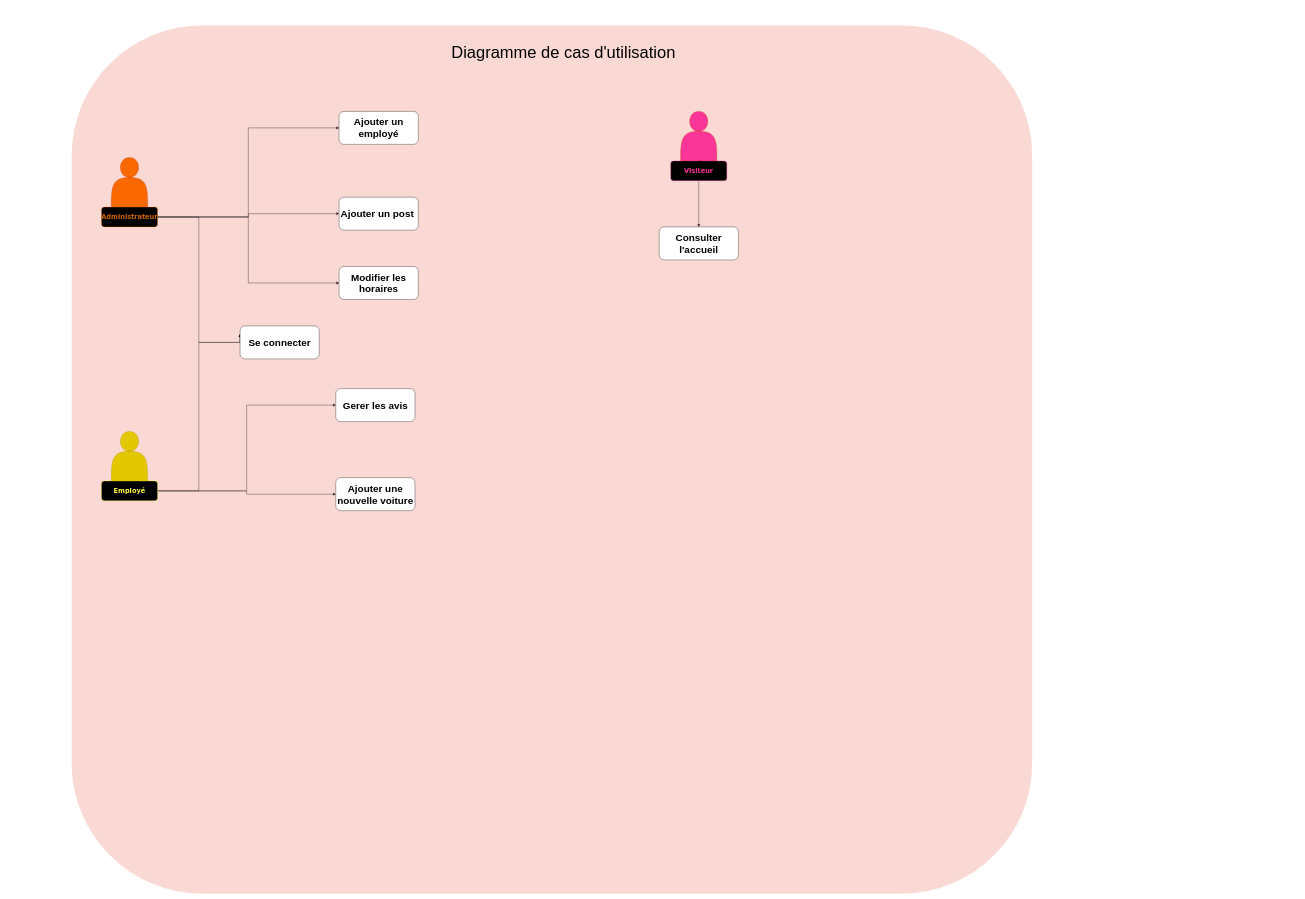
Earlier version of the draw.io diagram Diagramme de cas d'utilisation.drawio (OceaneEdde/garageVparrot). Source tidied: cells renumbered, new cells numbered last; positions are measured from the earlier drawing's top-left corner, leaving out a move shared by most shapes. Both pictures are drawn from the tidied source at 33%, with x=0, y=0 at pixel (72, 25).
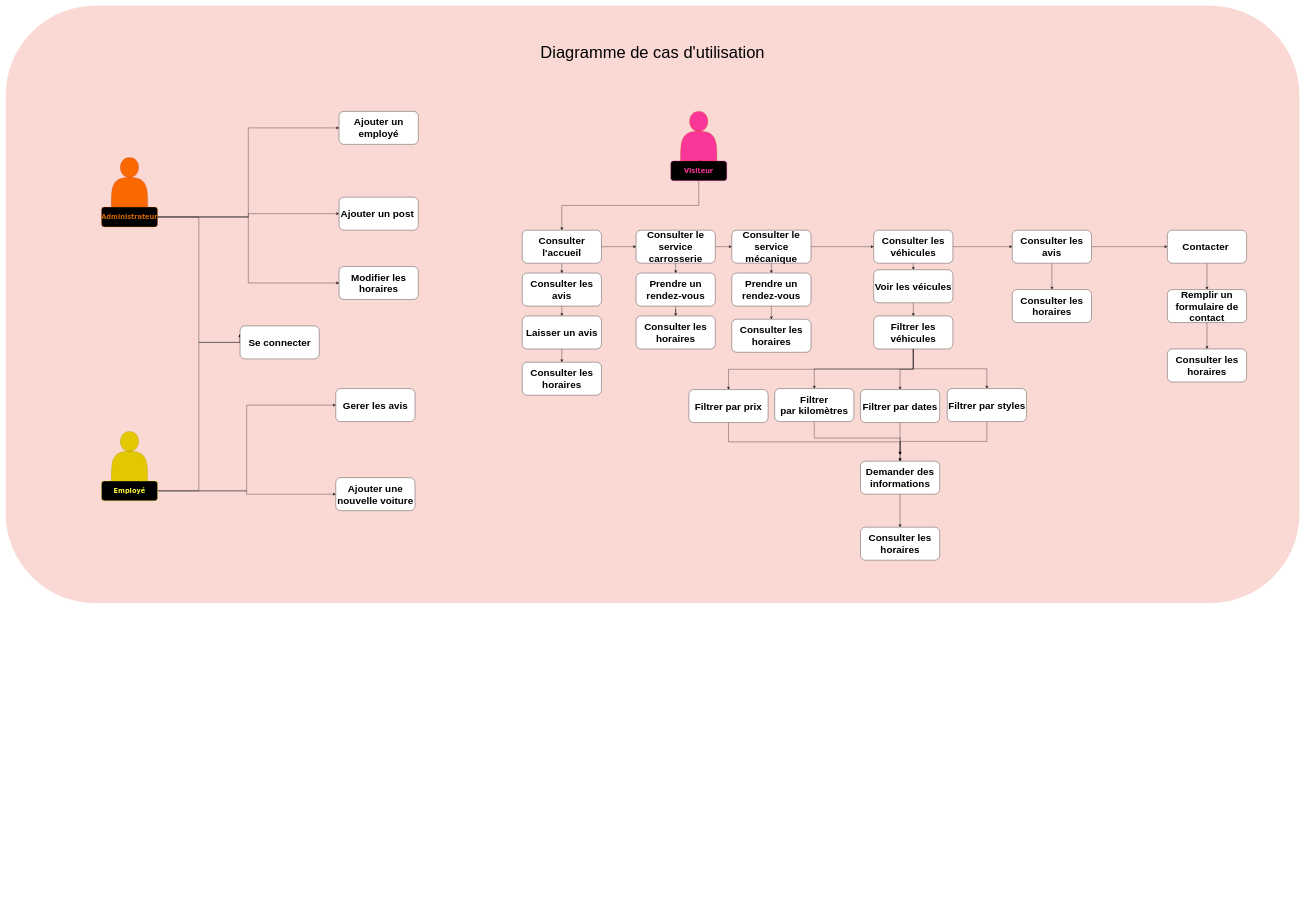
Above is the later version.

Commit message:
Mise à jour Diagramme de cas d'utilisation.drawio

Unchanged cells that the change refers to:
```xml
<mxCell id="23" value="&lt;font color=&quot;#fa3799&quot; face=&quot;Verdana&quot; style=&quot;font-size: 20px;&quot;&gt;&lt;b style=&quot;&quot;&gt;Visiteur&lt;/b&gt;&lt;/font&gt;" style="rounded=1;whiteSpace=wrap;html=1;fillColor=#000000;fontColor=#000000;strokeColor=#FA3799;" parent="1" vertex="1">
  <mxGeometry x="1815" y="410" width="170" height="60" as="geometry" />
</mxCell>
```

The edit, as a diff of the source:
```diff
@@
     <mxCell id="2" style="rounded=1;whiteSpace=wrap;html=1;fillColor=#fad9d5;strokeColor=#ae4132;strokeWidth=0;" parent="1" vertex="1">
-      <mxGeometry width="2910" height="2630" as="geometry" />
+      <mxGeometry x="-200" y="-60" width="3920" height="1810" as="geometry" />
     </mxCell>
     <mxCell id="3" value="&lt;font style=&quot;font-size: 50px;&quot;&gt;Diagramme de cas d'utilisation&lt;/font&gt;" style="rounded=0;whiteSpace=wrap;html=1;fillColor=#fad9d5;strokeColor=none;" parent="1" vertex="1">
-      <mxGeometry x="410" y="20" width="2160" height="120" as="geometry" />
+      <mxGeometry x="-30" y="20" width="3580" height="120" as="geometry" />
     </mxCell>
@@
+    <mxCell id="26" style="edgeStyle=orthogonalEdgeStyle;rounded=0;jettySize=auto;html=1;exitX=0.5;exitY=1;exitDx=0;exitDy=0;entryX=0.5;entryY=0;entryDx=0;entryDy=0;" parent="1" edge="1" source="25" target="29">
+      <mxGeometry relative="1" as="geometry" />
+    </mxCell>
+    <mxCell id="27" style="edgeStyle=orthogonalEdgeStyle;rounded=0;jettySize=auto;html=1;exitX=1;exitY=0.5;exitDx=0;exitDy=0;entryX=0;entryY=0.5;entryDx=0;entryDy=0;" parent="1" edge="1" source="25" target="35">
+      <mxGeometry relative="1" as="geometry" />
+    </mxCell>
     <mxCell id="25" value="&lt;font size=&quot;1&quot; style=&quot;&quot;&gt;&lt;b style=&quot;font-size: 30px;&quot;&gt;Consulter l'accueil&lt;/b&gt;&lt;/font&gt;" style="rounded=1;whiteSpace=wrap;html=1;" parent="1" vertex="1">
-      <mxGeometry x="1780" y="610" width="240" height="100" as="geometry" />
+      <mxGeometry x="1365" y="620" width="240" height="100" as="geometry" />
     </mxCell>
+    <mxCell id="28" style="edgeStyle=orthogonalEdgeStyle;rounded=0;jettySize=auto;html=1;exitX=0.5;exitY=1;exitDx=0;exitDy=0;entryX=0.5;entryY=0;entryDx=0;entryDy=0;" parent="1" edge="1" source="29" target="31">
+      <mxGeometry relative="1" as="geometry" />
+    </mxCell>
+    <mxCell id="29" value="&lt;span style=&quot;font-size: 30px;&quot;&gt;&lt;b&gt;Consulter les avis&lt;/b&gt;&lt;/span&gt;" style="rounded=1;whiteSpace=wrap;html=1;" parent="1" vertex="1">
+      <mxGeometry x="1365" y="750" width="240" height="100" as="geometry" />
+    </mxCell>
+    <mxCell id="30" style="edgeStyle=orthogonalEdgeStyle;rounded=0;jettySize=auto;html=1;exitX=0.5;exitY=1;exitDx=0;exitDy=0;entryX=0.5;entryY=0;entryDx=0;entryDy=0;" parent="1" edge="1" source="31" target="32">
+      <mxGeometry relative="1" as="geometry" />
+    </mxCell>
+    <mxCell id="31" value="&lt;span style=&quot;font-size: 30px;&quot;&gt;&lt;b&gt;Laisser un avis&lt;/b&gt;&lt;/span&gt;" style="rounded=1;whiteSpace=wrap;html=1;" parent="1" vertex="1">
+      <mxGeometry x="1365" y="880" width="240" height="100" as="geometry" />
+    </mxCell>
+    <mxCell id="32" value="&lt;span style=&quot;font-size: 30px;&quot;&gt;&lt;b&gt;Consulter les horaires&lt;/b&gt;&lt;/span&gt;" style="rounded=1;whiteSpace=wrap;html=1;" parent="1" vertex="1">
+      <mxGeometry x="1365" y="1020" width="240" height="100" as="geometry" />
+    </mxCell>
+    <mxCell id="33" style="edgeStyle=orthogonalEdgeStyle;rounded=0;jettySize=auto;html=1;exitX=1;exitY=0.5;exitDx=0;exitDy=0;entryX=0;entryY=0.5;entryDx=0;entryDy=0;" parent="1" edge="1" source="35" target="38">
+      <mxGeometry relative="1" as="geometry" />
+    </mxCell>
+    <mxCell id="34" style="edgeStyle=orthogonalEdgeStyle;rounded=0;jettySize=auto;html=1;exitX=0.5;exitY=1;exitDx=0;exitDy=0;entryX=0.5;entryY=0;entryDx=0;entryDy=0;" parent="1" edge="1" source="35" target="49">
+      <mxGeometry relative="1" as="geometry" />
+    </mxCell>
+    <mxCell id="35" value="&lt;font size=&quot;1&quot; style=&quot;&quot;&gt;&lt;b style=&quot;font-size: 30px;&quot;&gt;Consulter le service carrosserie&lt;/b&gt;&lt;/font&gt;" style="rounded=1;whiteSpace=wrap;html=1;" parent="1" vertex="1">
+      <mxGeometry x="1710" y="620" width="240" height="100" as="geometry" />
+    </mxCell>
+    <mxCell id="36" style="edgeStyle=orthogonalEdgeStyle;rounded=0;jettySize=auto;html=1;exitX=1;exitY=0.5;exitDx=0;exitDy=0;entryX=0;entryY=0.5;entryDx=0;entryDy=0;" parent="1" edge="1" source="38" target="41">
+      <mxGeometry relative="1" as="geometry" />
+    </mxCell>
+    <mxCell id="37" style="edgeStyle=orthogonalEdgeStyle;rounded=0;jettySize=auto;html=1;exitX=0.5;exitY=1;exitDx=0;exitDy=0;entryX=0.5;entryY=0;entryDx=0;entryDy=0;" parent="1" edge="1" source="38" target="51">
+      <mxGeometry relative="1" as="geometry" />
+    </mxCell>
+    <mxCell id="38" value="&lt;font size=&quot;1&quot; style=&quot;&quot;&gt;&lt;b style=&quot;font-size: 30px;&quot;&gt;Consulter le service mécanique&lt;/b&gt;&lt;/font&gt;" style="rounded=1;whiteSpace=wrap;html=1;" parent="1" vertex="1">
+      <mxGeometry x="2000" y="620" width="240" height="100" as="geometry" />
+    </mxCell>
+    <mxCell id="39" style="edgeStyle=orthogonalEdgeStyle;rounded=0;jettySize=auto;html=1;exitX=1;exitY=0.5;exitDx=0;exitDy=0;entryX=0;entryY=0.5;entryDx=0;entryDy=0;" parent="1" edge="1" source="41" target="44">
+      <mxGeometry relative="1" as="geometry" />
+    </mxCell>
+    <mxCell id="40" style="edgeStyle=orthogonalEdgeStyle;rounded=0;jettySize=auto;html=1;exitX=0.5;exitY=1;exitDx=0;exitDy=0;entryX=0.5;entryY=0;entryDx=0;entryDy=0;" parent="1" edge="1" source="41" target="55">
+      <mxGeometry relative="1" as="geometry" />
+    </mxCell>
+    <mxCell id="41" value="&lt;font size=&quot;1&quot; style=&quot;&quot;&gt;&lt;b style=&quot;font-size: 30px;&quot;&gt;Consulter les véhicules&lt;/b&gt;&lt;/font&gt;" style="rounded=1;whiteSpace=wrap;html=1;" parent="1" vertex="1">
+      <mxGeometry x="2430" y="620" width="240" height="100" as="geometry" />
+    </mxCell>
+    <mxCell id="42" style="edgeStyle=orthogonalEdgeStyle;rounded=0;jettySize=auto;html=1;exitX=1;exitY=0.5;exitDx=0;exitDy=0;entryX=0;entryY=0.5;entryDx=0;entryDy=0;" parent="1" edge="1" source="44" target="46">
+      <mxGeometry relative="1" as="geometry" />
+    </mxCell>
+    <mxCell id="43" style="edgeStyle=orthogonalEdgeStyle;rounded=0;jettySize=auto;html=1;exitX=0.5;exitY=1;exitDx=0;exitDy=0;entryX=0.5;entryY=0;entryDx=0;entryDy=0;" parent="1" edge="1" source="44" target="72">
+      <mxGeometry relative="1" as="geometry" />
+    </mxCell>
+    <mxCell id="44" value="&lt;font size=&quot;1&quot; style=&quot;&quot;&gt;&lt;b style=&quot;font-size: 30px;&quot;&gt;Consulter les avis&lt;/b&gt;&lt;/font&gt;" style="rounded=1;whiteSpace=wrap;html=1;" parent="1" vertex="1">
+      <mxGeometry x="2850" y="620" width="240" height="100" as="geometry" />
+    </mxCell>
+    <mxCell id="45" style="edgeStyle=orthogonalEdgeStyle;rounded=0;jettySize=auto;html=1;exitX=0.5;exitY=1;exitDx=0;exitDy=0;" parent="1" edge="1" source="46" target="74">
+      <mxGeometry relative="1" as="geometry" />
+    </mxCell>
+    <mxCell id="46" value="&lt;font size=&quot;1&quot; style=&quot;&quot;&gt;&lt;b style=&quot;font-size: 30px;&quot;&gt;Contacter&amp;nbsp;&lt;/b&gt;&lt;/font&gt;" style="rounded=1;whiteSpace=wrap;html=1;" parent="1" vertex="1">
+      <mxGeometry x="3320" y="620" width="240" height="100" as="geometry" />
+    </mxCell>
+    <mxCell id="47" style="edgeStyle=orthogonalEdgeStyle;rounded=0;orthogonalLoop=1;jettySize=auto;html=1;exitX=0.5;exitY=1;exitDx=0;exitDy=0;" parent="1" edge="1" source="23" target="23">
+      <mxGeometry relative="1" as="geometry" />
+    </mxCell>
+    <mxCell id="48" style="edgeStyle=orthogonalEdgeStyle;rounded=0;jettySize=auto;html=1;exitX=0.5;exitY=1;exitDx=0;exitDy=0;" parent="1" edge="1" source="49" target="52">
+      <mxGeometry relative="1" as="geometry" />
+    </mxCell>
+    <mxCell id="49" value="&lt;font size=&quot;1&quot; style=&quot;&quot;&gt;&lt;b style=&quot;font-size: 30px;&quot;&gt;Prendre un rendez-vous&lt;/b&gt;&lt;/font&gt;" style="rounded=1;whiteSpace=wrap;html=1;" parent="1" vertex="1">
+      <mxGeometry x="1710" y="750" width="240" height="100" as="geometry" />
+    </mxCell>
+    <mxCell id="50" style="edgeStyle=orthogonalEdgeStyle;rounded=0;jettySize=auto;html=1;exitX=0.5;exitY=1;exitDx=0;exitDy=0;" parent="1" edge="1" source="51" target="53">
+      <mxGeometry relative="1" as="geometry" />
+    </mxCell>
+    <mxCell id="51" value="&lt;font size=&quot;1&quot; style=&quot;&quot;&gt;&lt;b style=&quot;font-size: 30px;&quot;&gt;Prendre un rendez-vous&lt;/b&gt;&lt;/font&gt;" style="rounded=1;whiteSpace=wrap;html=1;" parent="1" vertex="1">
+      <mxGeometry x="2000" y="750" width="240" height="100" as="geometry" />
+    </mxCell>
+    <mxCell id="52" value="&lt;span style=&quot;font-size: 30px;&quot;&gt;&lt;b&gt;Consulter les horaires&lt;/b&gt;&lt;/span&gt;" style="rounded=1;whiteSpace=wrap;html=1;" parent="1" vertex="1">
+      <mxGeometry x="1710" y="880" width="240" height="100" as="geometry" />
+    </mxCell>
+    <mxCell id="53" value="&lt;span style=&quot;font-size: 30px;&quot;&gt;&lt;b&gt;Consulter les horaires&lt;/b&gt;&lt;/span&gt;" style="rounded=1;whiteSpace=wrap;html=1;" parent="1" vertex="1">
+      <mxGeometry x="2000" y="890" width="240" height="100" as="geometry" />
+    </mxCell>
+    <mxCell id="54" style="edgeStyle=orthogonalEdgeStyle;rounded=0;jettySize=auto;html=1;exitX=0.5;exitY=1;exitDx=0;exitDy=0;entryX=0.5;entryY=0;entryDx=0;entryDy=0;" parent="1" edge="1" source="55" target="60">
+      <mxGeometry relative="1" as="geometry" />
+    </mxCell>
+    <mxCell id="55" value="&lt;font size=&quot;1&quot; style=&quot;&quot;&gt;&lt;b style=&quot;font-size: 30px;&quot;&gt;Voir les véicules&lt;/b&gt;&lt;/font&gt;" style="rounded=1;whiteSpace=wrap;html=1;" parent="1" vertex="1">
+      <mxGeometry x="2430" y="740" width="240" height="100" as="geometry" />
+    </mxCell>
+    <mxCell id="56" style="edgeStyle=orthogonalEdgeStyle;rounded=0;jettySize=auto;html=1;exitX=0.5;exitY=1;exitDx=0;exitDy=0;" parent="1" edge="1" source="60" target="66">
+      <mxGeometry relative="1" as="geometry" />
+    </mxCell>
+    <mxCell id="57" style="edgeStyle=orthogonalEdgeStyle;rounded=0;jettySize=auto;html=1;exitX=0.5;exitY=1;exitDx=0;exitDy=0;entryX=0.5;entryY=0;entryDx=0;entryDy=0;" parent="1" edge="1" source="60" target="62">
+      <mxGeometry relative="1" as="geometry" />
+    </mxCell>
+    <mxCell id="58" style="edgeStyle=orthogonalEdgeStyle;rounded=0;jettySize=auto;html=1;exitX=0.5;exitY=1;exitDx=0;exitDy=0;" parent="1" edge="1" source="60" target="64">
+      <mxGeometry relative="1" as="geometry" />
+    </mxCell>
+    <mxCell id="59" style="edgeStyle=orthogonalEdgeStyle;rounded=0;jettySize=auto;html=1;exitX=0.5;exitY=1;exitDx=0;exitDy=0;" parent="1" edge="1" source="60" target="70">
+      <mxGeometry relative="1" as="geometry" />
+    </mxCell>
+    <mxCell id="60" value="&lt;font size=&quot;1&quot; style=&quot;&quot;&gt;&lt;b style=&quot;font-size: 30px;&quot;&gt;Filtrer les véhicules&lt;/b&gt;&lt;/font&gt;" style="rounded=1;whiteSpace=wrap;html=1;" parent="1" vertex="1">
+      <mxGeometry x="2430" y="880" width="240" height="100" as="geometry" />
+    </mxCell>
+    <mxCell id="61" style="edgeStyle=orthogonalEdgeStyle;rounded=0;jettySize=auto;html=1;exitX=0.5;exitY=1;exitDx=0;exitDy=0;" parent="1" edge="1" source="62">
+      <mxGeometry relative="1" as="geometry">
+        <mxPoint x="2510" y="1300" as="targetPoint" />
+      </mxGeometry>
+    </mxCell>
+    <mxCell id="62" value="&lt;font size=&quot;1&quot; style=&quot;&quot;&gt;&lt;b style=&quot;font-size: 30px;&quot;&gt;Filtrer par&amp;nbsp;&lt;/b&gt;&lt;/font&gt;&lt;span style=&quot;font-size: 30px;&quot;&gt;&lt;b&gt;kilomètres&lt;/b&gt;&lt;/span&gt;" style="rounded=1;whiteSpace=wrap;html=1;" parent="1" vertex="1">
+      <mxGeometry x="2130" y="1100" width="240" height="100" as="geometry" />
+    </mxCell>
+    <mxCell id="63" style="edgeStyle=orthogonalEdgeStyle;rounded=0;jettySize=auto;html=1;exitX=0.5;exitY=1;exitDx=0;exitDy=0;" parent="1" edge="1" source="64">
+      <mxGeometry relative="1" as="geometry">
+        <mxPoint x="2510" y="1300" as="targetPoint" />
+      </mxGeometry>
+    </mxCell>
+    <mxCell id="64" value="&lt;font size=&quot;1&quot; style=&quot;&quot;&gt;&lt;b style=&quot;font-size: 30px;&quot;&gt;Filtrer par dates&lt;/b&gt;&lt;/font&gt;" style="rounded=1;whiteSpace=wrap;html=1;" parent="1" vertex="1">
+      <mxGeometry x="2390" y="1103" width="240" height="100" as="geometry" />
+    </mxCell>
+    <mxCell id="65" style="edgeStyle=orthogonalEdgeStyle;rounded=0;jettySize=auto;html=1;exitX=0.5;exitY=1;exitDx=0;exitDy=0;entryX=0.5;entryY=0;entryDx=0;entryDy=0;" parent="1" edge="1" source="66" target="68">
+      <mxGeometry relative="1" as="geometry" />
+    </mxCell>
+    <mxCell id="66" value="&lt;font size=&quot;1&quot; style=&quot;&quot;&gt;&lt;b style=&quot;font-size: 30px;&quot;&gt;Filtrer par prix&lt;/b&gt;&lt;/font&gt;" style="rounded=1;whiteSpace=wrap;html=1;" parent="1" vertex="1">
+      <mxGeometry x="1870" y="1103" width="240" height="100" as="geometry" />
+    </mxCell>
+    <mxCell id="67" style="edgeStyle=orthogonalEdgeStyle;rounded=0;jettySize=auto;html=1;exitX=0.5;exitY=1;exitDx=0;exitDy=0;" parent="1" edge="1" source="68" target="71">
+      <mxGeometry relative="1" as="geometry" />
+    </mxCell>
+    <mxCell id="68" value="&lt;span style=&quot;font-size: 30px;&quot;&gt;&lt;b&gt;Demander des informations&lt;/b&gt;&lt;/span&gt;" style="rounded=1;whiteSpace=wrap;html=1;" parent="1" vertex="1">
+      <mxGeometry x="2390" y="1320" width="240" height="100" as="geometry" />
+    </mxCell>
+    <mxCell id="69" style="edgeStyle=orthogonalEdgeStyle;rounded=0;jettySize=auto;html=1;exitX=0.5;exitY=1;exitDx=0;exitDy=0;entryX=0.5;entryY=0;entryDx=0;entryDy=0;" parent="1" edge="1" source="70" target="68">
+      <mxGeometry relative="1" as="geometry" />
+    </mxCell>
+    <mxCell id="70" value="&lt;font size=&quot;1&quot; style=&quot;&quot;&gt;&lt;b style=&quot;font-size: 30px;&quot;&gt;Filtrer par styles&lt;/b&gt;&lt;/font&gt;" style="rounded=1;whiteSpace=wrap;html=1;" parent="1" vertex="1">
+      <mxGeometry x="2653" y="1100" width="240" height="100" as="geometry" />
+    </mxCell>
+    <mxCell id="71" value="&lt;span style=&quot;font-size: 30px;&quot;&gt;&lt;b&gt;Consulter les horaires&lt;/b&gt;&lt;/span&gt;" style="rounded=1;whiteSpace=wrap;html=1;" parent="1" vertex="1">
+      <mxGeometry x="2390" y="1520" width="240" height="100" as="geometry" />
+    </mxCell>
+    <mxCell id="72" value="&lt;span style=&quot;font-size: 30px;&quot;&gt;&lt;b&gt;Consulter les horaires&lt;/b&gt;&lt;/span&gt;" style="rounded=1;whiteSpace=wrap;html=1;" parent="1" vertex="1">
+      <mxGeometry x="2850" y="800" width="240" height="100" as="geometry" />
+    </mxCell>
+    <mxCell id="73" style="edgeStyle=orthogonalEdgeStyle;rounded=0;jettySize=auto;html=1;exitX=0.5;exitY=1;exitDx=0;exitDy=0;entryX=0.5;entryY=0;entryDx=0;entryDy=0;" parent="1" edge="1" source="74" target="75">
+      <mxGeometry relative="1" as="geometry" />
+    </mxCell>
+    <mxCell id="74" value="&lt;b style=&quot;font-size: 30px;&quot;&gt;Remplir un &lt;/b&gt;&lt;span style=&quot;font-size: 30px;&quot;&gt;&lt;b&gt;formulaire&lt;/b&gt;&lt;/span&gt;&lt;b style=&quot;font-size: 30px;&quot;&gt;&amp;nbsp;de contact&lt;/b&gt;" style="rounded=1;whiteSpace=wrap;html=1;" parent="1" vertex="1">
+      <mxGeometry x="3320" y="800" width="240" height="100" as="geometry" />
+    </mxCell>
+    <mxCell id="75" value="&lt;span style=&quot;font-size: 30px;&quot;&gt;&lt;b&gt;Consulter les horaires&lt;/b&gt;&lt;/span&gt;" style="rounded=1;whiteSpace=wrap;html=1;" parent="1" vertex="1">
+      <mxGeometry x="3320" y="980" width="240" height="100" as="geometry" />
+    </mxCell>
```
